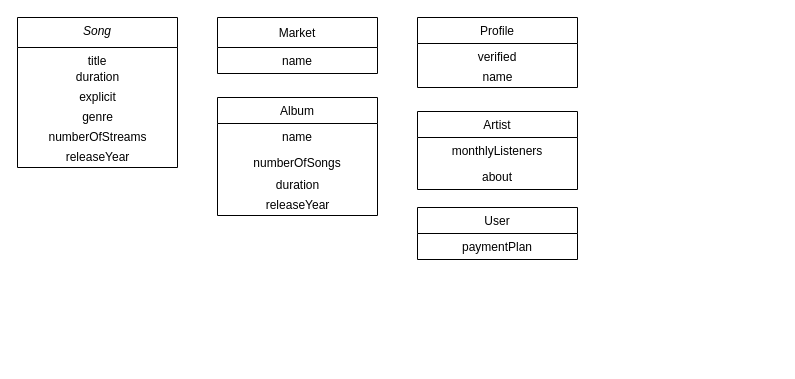
This is Spotify-class-diag.drawio from Naapperas/feup-bd, a draw.io file, before an edit. Source tidied: cells renumbered, new cells numbered last; positions are measured from the earlier drawing's top-left corner, leaving out a move shared by most shapes. Both pictures are drawn from the tidied source at 100%, with x=0, y=0 at pixel (17, 17).
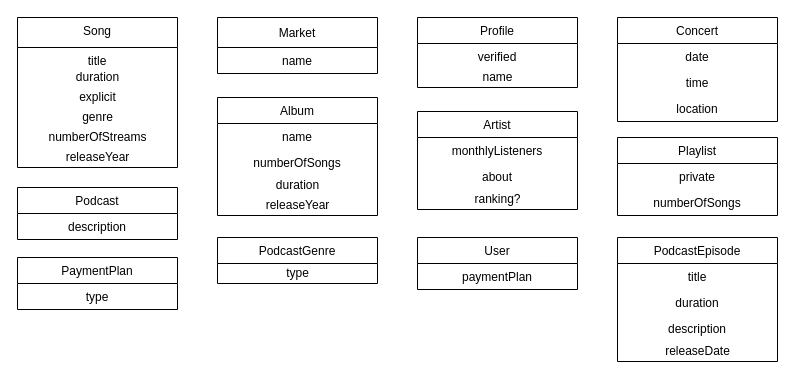
Above is the later version.

Commit message:
Added more classes to UML desgin

Change to the diagram source:
```diff
@@
-    <mxCell id="2" value="Song" style="swimlane;fontStyle=2;align=center;verticalAlign=top;horizontal=1;startSize=30;rounded=0;shadow=0;strokeWidth=1;" parent="1" vertex="1">
+    <mxCell id="2" value="Song" style="swimlane;fontStyle=0;align=center;verticalAlign=top;horizontal=1;startSize=30;rounded=0;shadow=0;strokeWidth=1;" parent="1" vertex="1">
       <mxGeometry width="160" height="150" as="geometry" />
     </mxCell>
@@
     <mxCell id="19" value="Artist" style="swimlane;fontStyle=0;horizontal=1;startSize=26;fillColor=none;align=center;" parent="1" vertex="1">
-      <mxGeometry x="400" y="94" width="160" height="78" as="geometry" />
+      <mxGeometry x="400" y="94" width="160" height="98" as="geometry" />
     </mxCell>
@@
+    <mxCell id="24" value="ranking?" style="text;html=1;align=center;verticalAlign=middle;strokeColor=none;fillColor=none;" parent="19" vertex="1">
+      <mxGeometry y="78" width="160" height="20" as="geometry" />
+    </mxCell>
     <mxCell id="22" value="User" style="swimlane;fontStyle=0;horizontal=1;startSize=26;fillColor=none;align=center;" parent="1" vertex="1">
-      <mxGeometry x="400" y="190" width="160" height="52" as="geometry" />
+      <mxGeometry x="400" y="220" width="160" height="52" as="geometry" />
     </mxCell>
@@
+    <mxCell id="25" value="Concert" style="swimlane;fontStyle=0;horizontal=1;startSize=26;fillColor=none;align=center;" parent="1" vertex="1">
+      <mxGeometry x="600" width="160" height="104" as="geometry" />
+    </mxCell>
+    <mxCell id="26" value="date" style="text;strokeColor=none;fillColor=none;align=center;verticalAlign=top;spacingLeft=4;spacingRight=4;overflow=hidden;" parent="25" vertex="1">
+      <mxGeometry y="26" width="160" height="26" as="geometry" />
+    </mxCell>
+    <mxCell id="27" value="time" style="text;strokeColor=none;fillColor=none;align=center;verticalAlign=top;spacingLeft=4;spacingRight=4;overflow=hidden;" parent="25" vertex="1">
+      <mxGeometry y="52" width="160" height="26" as="geometry" />
+    </mxCell>
+    <mxCell id="28" value="location" style="text;strokeColor=none;fillColor=none;align=center;verticalAlign=top;spacingLeft=4;spacingRight=4;overflow=hidden;" parent="25" vertex="1">
+      <mxGeometry y="78" width="160" height="26" as="geometry" />
+    </mxCell>
+    <mxCell id="29" value="Playlist" style="swimlane;fontStyle=0;horizontal=1;startSize=26;fillColor=none;align=center;" parent="1" vertex="1">
+      <mxGeometry x="600" y="120" width="160" height="78" as="geometry" />
+    </mxCell>
+    <mxCell id="30" value="private" style="text;strokeColor=none;fillColor=none;align=center;verticalAlign=top;spacingLeft=4;spacingRight=4;overflow=hidden;" parent="29" vertex="1">
+      <mxGeometry y="26" width="160" height="26" as="geometry" />
+    </mxCell>
+    <mxCell id="31" value="numberOfSongs" style="text;strokeColor=none;fillColor=none;align=center;verticalAlign=top;spacingLeft=4;spacingRight=4;overflow=hidden;" parent="29" vertex="1">
+      <mxGeometry y="52" width="160" height="26" as="geometry" />
+    </mxCell>
+    <mxCell id="32" value="Podcast" style="swimlane;fontStyle=0;horizontal=1;startSize=26;fillColor=none;align=center;" parent="1" vertex="1">
+      <mxGeometry y="170" width="160" height="52" as="geometry" />
+    </mxCell>
+    <mxCell id="33" value="description" style="text;strokeColor=none;fillColor=none;align=center;verticalAlign=top;spacingLeft=4;spacingRight=4;overflow=hidden;" parent="32" vertex="1">
+      <mxGeometry y="26" width="160" height="26" as="geometry" />
+    </mxCell>
+    <mxCell id="34" value="PodcastGenre" style="swimlane;fontStyle=0;horizontal=1;startSize=26;fillColor=none;align=center;" parent="1" vertex="1">
+      <mxGeometry x="200" y="220" width="160" height="46" as="geometry" />
+    </mxCell>
+    <mxCell id="35" value="type" style="text;html=1;align=center;verticalAlign=middle;strokeColor=none;fillColor=none;" parent="34" vertex="1">
+      <mxGeometry y="26" width="160" height="20" as="geometry" />
+    </mxCell>
+    <mxCell id="36" value="PaymentPlan" style="swimlane;fontStyle=0;horizontal=1;startSize=26;fillColor=none;align=center;" parent="1" vertex="1">
+      <mxGeometry y="240" width="160" height="52" as="geometry" />
+    </mxCell>
+    <mxCell id="37" value="type" style="text;strokeColor=none;fillColor=none;align=center;verticalAlign=top;spacingLeft=4;spacingRight=4;overflow=hidden;" parent="36" vertex="1">
+      <mxGeometry y="26" width="160" height="26" as="geometry" />
+    </mxCell>
+    <mxCell id="38" value="PodcastEpisode" style="swimlane;fontStyle=0;horizontal=1;startSize=26;fillColor=none;align=center;" parent="1" vertex="1">
+      <mxGeometry x="600" y="220" width="160" height="124" as="geometry" />
+    </mxCell>
+    <mxCell id="39" value="title" style="text;strokeColor=none;fillColor=none;align=center;verticalAlign=top;spacingLeft=4;spacingRight=4;overflow=hidden;" parent="38" vertex="1">
+      <mxGeometry y="26" width="160" height="26" as="geometry" />
+    </mxCell>
+    <mxCell id="40" value="duration" style="text;strokeColor=none;fillColor=none;align=center;verticalAlign=top;spacingLeft=4;spacingRight=4;overflow=hidden;" parent="38" vertex="1">
+      <mxGeometry y="52" width="160" height="26" as="geometry" />
+    </mxCell>
+    <mxCell id="41" value="description" style="text;strokeColor=none;fillColor=none;align=center;verticalAlign=top;spacingLeft=4;spacingRight=4;overflow=hidden;" parent="38" vertex="1">
+      <mxGeometry y="78" width="160" height="26" as="geometry" />
+    </mxCell>
+    <mxCell id="42" value="releaseDate" style="text;html=1;align=center;verticalAlign=middle;strokeColor=none;fillColor=none;" parent="38" vertex="1">
+      <mxGeometry y="104" width="160" height="20" as="geometry" />
+    </mxCell>
```
